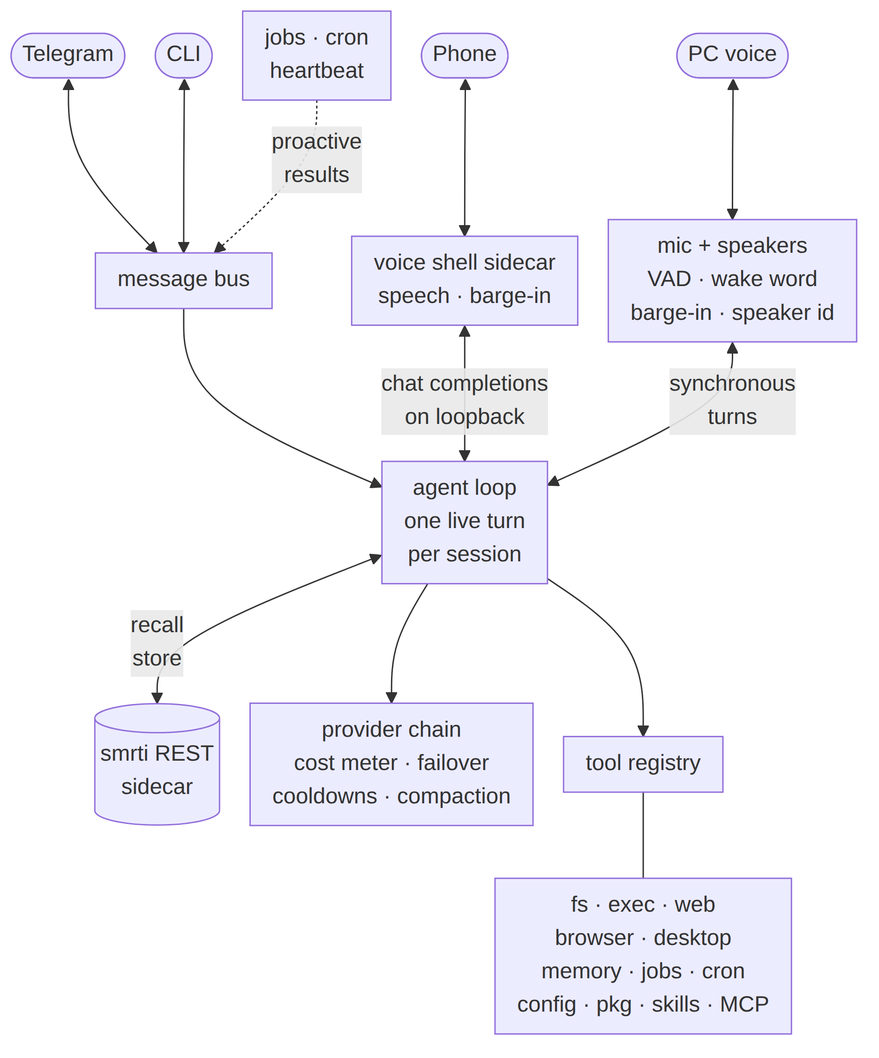
Before: docs/assets/architecture.png, a diagram exported from Mermaid (cyqlelabs/factor). Its source is kept beside it as docs/assets/architecture.mmd.
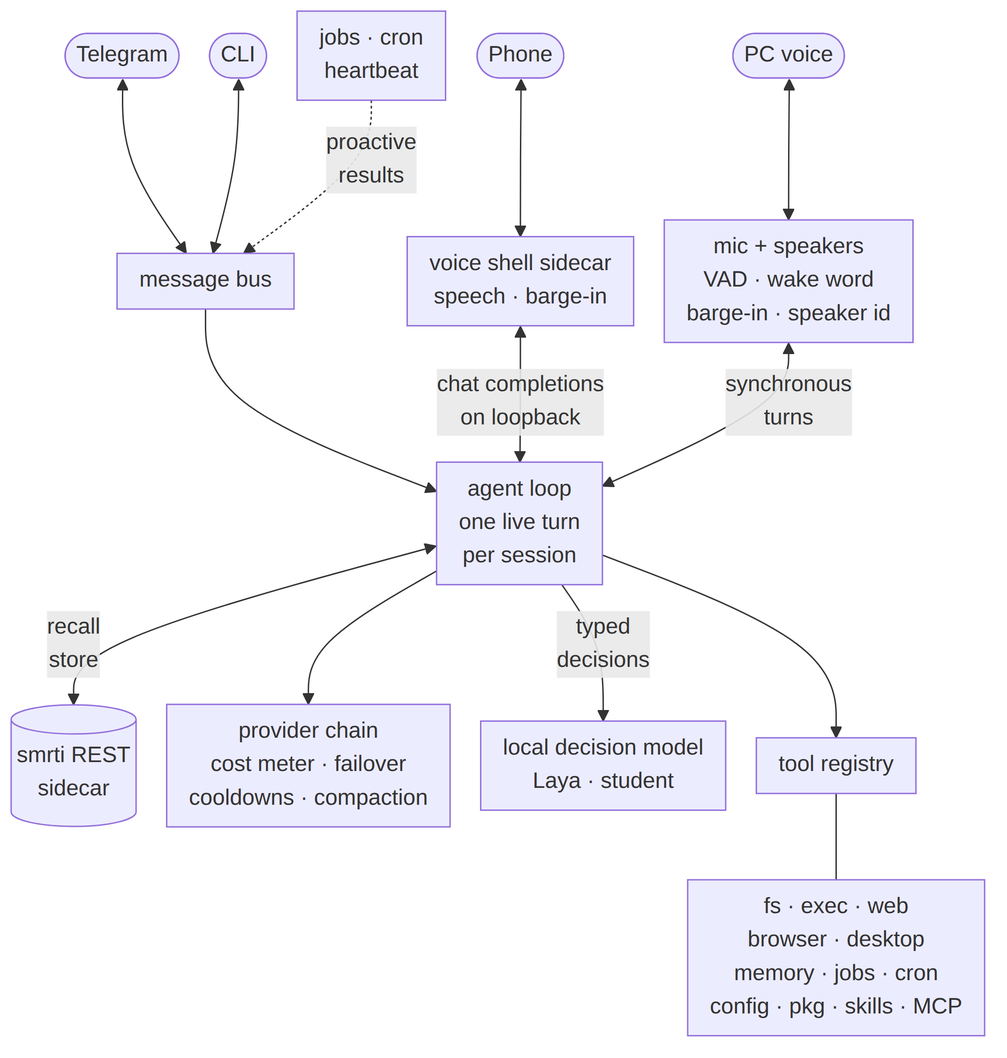
The same diagram one commit later.

Commit message:
docs: describe the student decision engine, the light model and the decision model in the diagram

The edit, as a diff of the source:
```diff
@@ -8,6 +8,7 @@
     MIC <-->|synchronous<br/>turns| LOOP
     LOOP["agent loop<br/>one live turn<br/>per session"] <-->|recall<br/>store| MEM[("smrti REST<br/>sidecar")]
     LOOP --> PROV["provider chain<br/>cost meter · failover<br/>cooldowns · compaction"]
+    LOOP -->|typed<br/>decisions| DEC["local decision model<br/>Laya · student"]
     LOOP --> REG[tool registry]
     REG --- SUITES["fs · exec · web<br/>browser · desktop<br/>memory · jobs · cron<br/>config · pkg · skills · MCP"]
     BG[jobs · cron<br/>heartbeat] -.->|proactive<br/>results| BUS
```
